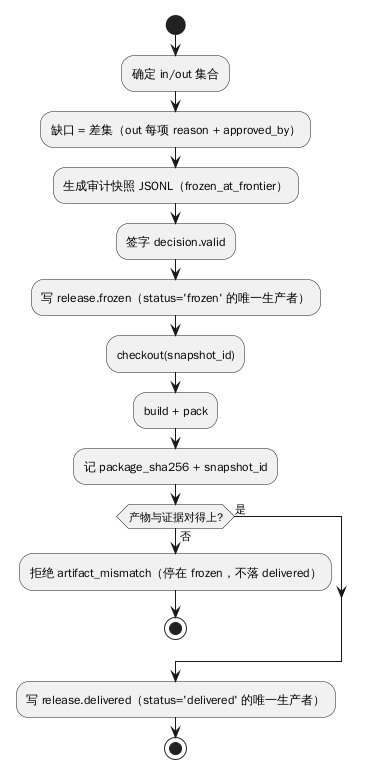
Earlier version of the PlantUML export design/diagrams/p8-release.png (raitpor/dsh-software-dev-office).
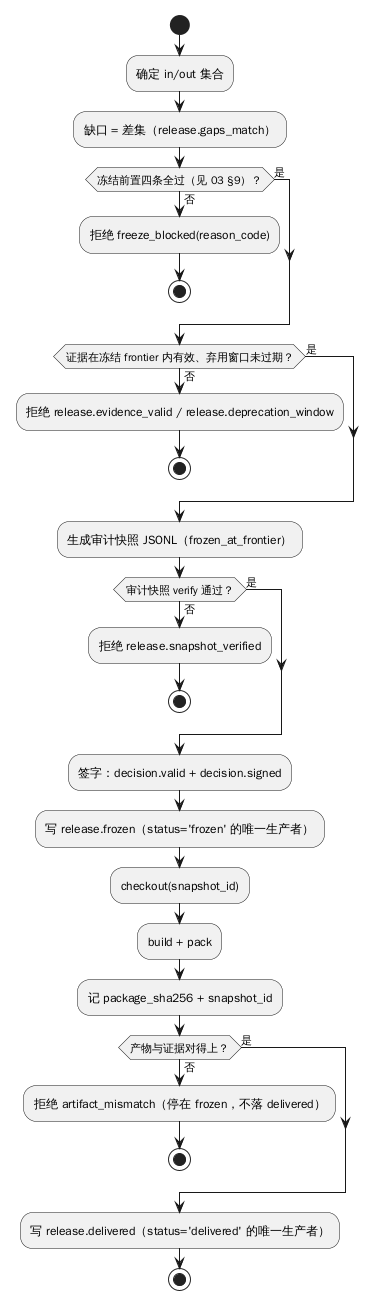
Above is the later version.

Diff of the diagram source:
```diff
@@ -1,14 +1,29 @@
 @startuml
 start
 :确定 in/out 集合;
-:缺口 = 差集（out 每项 reason + approved_by）;
+:缺口 = 差集（release.gaps_match）;
+if (冻结前置四条全过（见 03 §9）？) then (否)
+  :拒绝 freeze_blocked(reason_code);
+  stop
+else (是)
+endif
+if (证据在冻结 frontier 内有效、弃用窗口未过期？) then (否)
+  :拒绝 release.evidence_valid / release.deprecation_window;
+  stop
+else (是)
+endif
 :生成审计快照 JSONL（frozen_at_frontier）;
-:签字 decision.valid;
+if (审计快照 verify 通过？) then (否)
+  :拒绝 release.snapshot_verified;
+  stop
+else (是)
+endif
+:签字：decision.valid + decision.signed;
 :写 release.frozen（status='frozen' 的唯一生产者）;
 :checkout(snapshot_id);
 :build + pack;
 :记 package_sha256 + snapshot_id;
-if (产物与证据对得上?) then (否)
+if (产物与证据对得上？) then (否)
   :拒绝 artifact_mismatch（停在 frozen，不落 delivered）;
   stop
 else (是)
```
